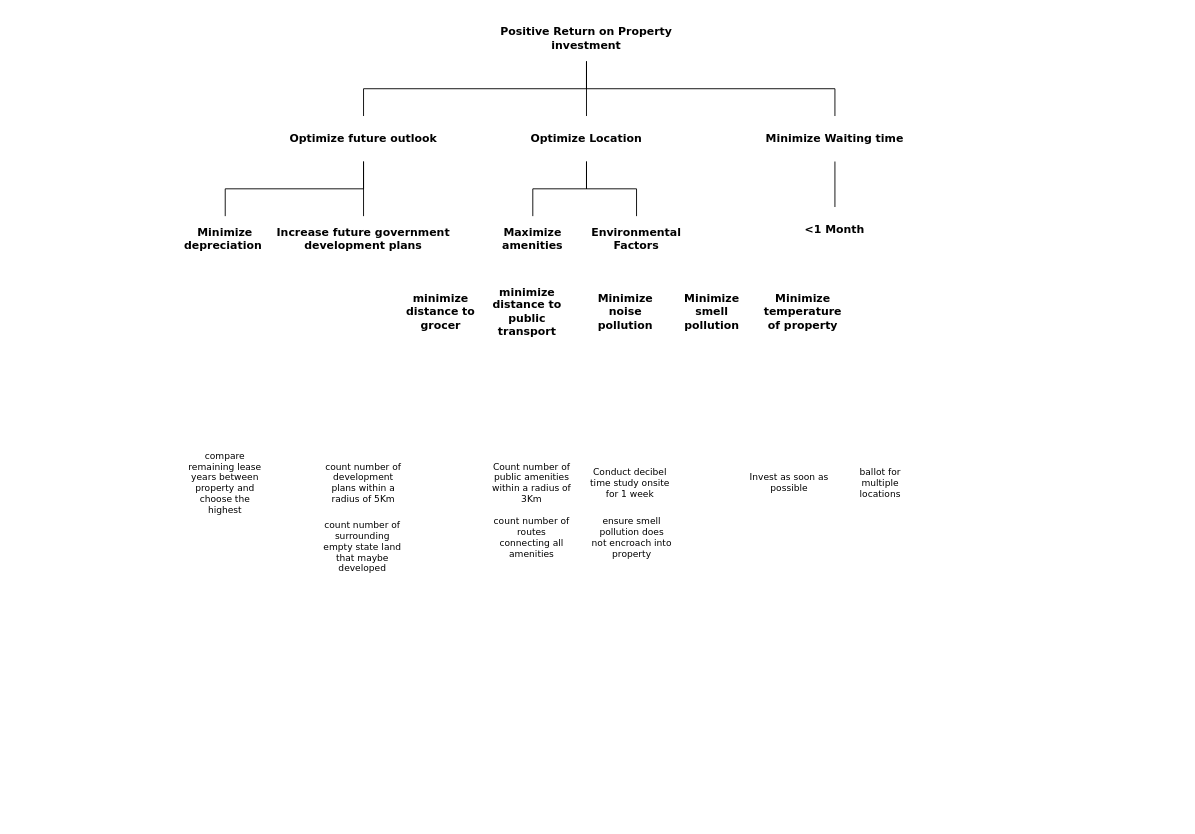
The draw.io diagram Untitled Diagram.drawio in necroboi/RISK-AND-DECISION-HDB, before the edit. Source tidied: cells renumbered, new cells numbered last; positions are measured from the earlier drawing's top-left corner, leaving out a move shared by most shapes. Both pictures are drawn from the tidied source at 91%, with x=0, y=0 at pixel (168, 15).
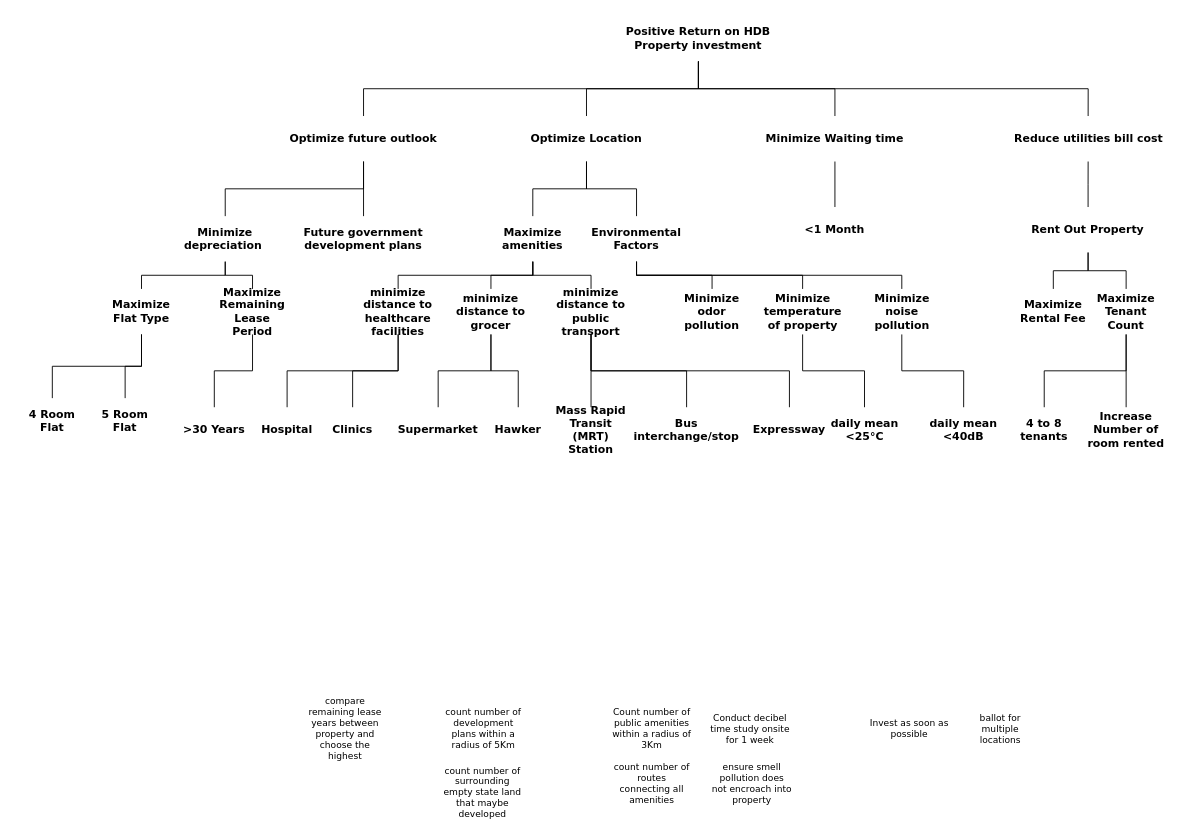
The same diagram, later.

The change refers to these unchanged cells:
```xml
<mxCell id="10" value="Maximize amenities" style="whiteSpace=wrap;html=1;rounded=0;shadow=0;comic=0;strokeWidth=2;fontFamily=Verdana;align=center;fontSize=12;fontStyle=1;strokeColor=none;" parent="1" vertex="1">
  <mxGeometry x="348" y="220" width="104" height="50" as="geometry" />
</mxCell>
<mxCell id="11" value="Environmental Factors" style="whiteSpace=wrap;html=1;rounded=0;shadow=0;comic=0;strokeWidth=2;fontFamily=Verdana;align=center;fontSize=12;fontStyle=1;strokeColor=none;" parent="1" vertex="1">
  <mxGeometry x="474" y="220" width="80" height="50" as="geometry" />
</mxCell>
<mxCell id="17" value="Minimize depreciation&amp;nbsp;" style="whiteSpace=wrap;html=1;rounded=0;shadow=0;comic=0;strokeWidth=2;fontFamily=Verdana;align=center;fontSize=12;fontStyle=1;strokeColor=none;" parent="1" vertex="1">
  <mxGeometry x="10" y="220" width="104" height="50" as="geometry" />
</mxCell>
<mxCell id="35" value="Minimize temperature of property" style="whiteSpace=wrap;html=1;rounded=0;shadow=0;comic=0;strokeWidth=2;fontFamily=Verdana;align=center;fontSize=12;fontStyle=1;strokeColor=none;" parent="1" vertex="1">
  <mxGeometry x="656.5" y="300" width="80" height="50" as="geometry" />
</mxCell>
```

The edit, as a diff of the source:
```diff
@@
     <mxCell id="2" style="whiteSpace=wrap;html=1;rounded=0;shadow=0;comic=0;strokeWidth=2;fontFamily=Verdana;align=center;fontSize=10;strokeColor=none;" parent="1" vertex="1">
-      <mxGeometry x="338" y="470" width="124" height="130" as="geometry" />
+      <mxGeometry x="470" y="740" width="124" height="130" as="geometry" />
     </mxCell>
     <mxCell id="3" value="Count number of public amenities within a radius of 3Km" style="text;html=1;strokeColor=none;fillColor=none;align=center;verticalAlign=middle;whiteSpace=wrap;rounded=1;shadow=0;comic=0;fontFamily=Verdana;fontSize=10;" parent="1" vertex="1">
-      <mxGeometry x="354" y="500" width="90" height="25" as="geometry" />
+      <mxGeometry x="486" y="770" width="90" height="25" as="geometry" />
     </mxCell>
     <mxCell id="4" value="count number of routes connecting all amenities" style="text;html=1;strokeColor=none;fillColor=none;align=center;verticalAlign=middle;whiteSpace=wrap;rounded=1;shadow=0;comic=0;fontFamily=Verdana;fontSize=10;" parent="1" vertex="1">
-      <mxGeometry x="354" y="560" width="90" height="25" as="geometry" />
+      <mxGeometry x="486" y="830" width="90" height="25" as="geometry" />
     </mxCell>
@@
-    <mxCell id="6" value="Increase future government development plans" style="whiteSpace=wrap;html=1;rounded=0;shadow=0;comic=0;strokeWidth=2;fontFamily=Verdana;align=center;fontSize=12;fontStyle=1;strokeColor=none;" parent="1" vertex="1">
+    <mxCell id="6" value="Future government development plans" style="whiteSpace=wrap;html=1;rounded=0;shadow=0;comic=0;strokeWidth=2;fontFamily=Verdana;align=center;fontSize=12;fontStyle=1;strokeColor=none;" parent="1" vertex="1">
       <mxGeometry x="114" y="220" width="200" height="50" as="geometry" />
     </mxCell>
@@
-    <mxCell id="8" value="Positive Return on Property investment" style="whiteSpace=wrap;html=1;rounded=0;shadow=0;comic=0;strokeWidth=2;fontFamily=Verdana;align=center;fontSize=12;fontStyle=1;strokeColor=none;" parent="1" vertex="1">
-      <mxGeometry x="359" width="200" height="50" as="geometry" />
+    <mxCell id="8" value="Positive Return on HDB Property investment" style="whiteSpace=wrap;html=1;rounded=0;shadow=0;comic=0;strokeWidth=2;fontFamily=Verdana;align=center;fontSize=12;fontStyle=1;strokeColor=none;" parent="1" vertex="1">
+      <mxGeometry x="482" width="200" height="50" as="geometry" />
     </mxCell>
@@
     <mxCell id="12" style="whiteSpace=wrap;html=1;rounded=0;shadow=0;comic=0;strokeWidth=2;fontFamily=Verdana;align=center;fontSize=10;strokeColor=none;" parent="1" vertex="1">
-      <mxGeometry x="620.5" y="470" width="223" height="80" as="geometry" />
+      <mxGeometry x="752.5" y="740" width="223" height="80" as="geometry" />
     </mxCell>
     <mxCell id="13" value="Invest as soon as possible" style="text;html=1;strokeColor=none;fillColor=none;align=center;verticalAlign=middle;whiteSpace=wrap;rounded=1;shadow=0;comic=0;fontFamily=Verdana;fontSize=10;" parent="1" vertex="1">
-      <mxGeometry x="636.5" y="500" width="90" height="25" as="geometry" />
+      <mxGeometry x="768.5" y="770" width="90" height="25" as="geometry" />
     </mxCell>
     <mxCell id="14" value="ballot for multiple locations" style="text;html=1;strokeColor=none;fillColor=none;align=center;verticalAlign=middle;whiteSpace=wrap;rounded=1;shadow=0;comic=0;fontFamily=Verdana;fontSize=10;" parent="1" vertex="1">
-      <mxGeometry x="736.5" y="500" width="90" height="25" as="geometry" />
+      <mxGeometry x="868.5" y="770" width="90" height="25" as="geometry" />
     </mxCell>
     <mxCell id="15" style="whiteSpace=wrap;html=1;rounded=0;shadow=0;comic=0;strokeWidth=2;fontFamily=Verdana;align=center;fontSize=10;strokeColor=none;" parent="1" vertex="1">
-      <mxGeometry x="452" y="470" width="124" height="130" as="geometry" />
+      <mxGeometry x="584" y="740" width="124" height="130" as="geometry" />
     </mxCell>
     <mxCell id="16" value="Conduct decibel time study onsite for 1 week" style="text;html=1;strokeColor=none;fillColor=none;align=center;verticalAlign=middle;whiteSpace=wrap;rounded=1;shadow=0;comic=0;fontFamily=Verdana;fontSize=10;" parent="1" vertex="1">
-      <mxGeometry x="462" y="500" width="90" height="25" as="geometry" />
+      <mxGeometry x="594" y="770" width="90" height="25" as="geometry" />
     </mxCell>
@@
     <mxCell id="18" style="whiteSpace=wrap;html=1;rounded=0;shadow=0;comic=0;strokeWidth=2;fontFamily=Verdana;align=center;fontSize=10;strokeColor=none;" parent="1" vertex="1">
-      <mxGeometry y="470" width="124" height="80" as="geometry" />
+      <mxGeometry x="132" y="740" width="124" height="80" as="geometry" />
     </mxCell>
     <mxCell id="19" value="compare remaining lease years between property and choose the highest" style="text;html=1;strokeColor=none;fillColor=none;align=center;verticalAlign=middle;whiteSpace=wrap;rounded=1;shadow=0;comic=0;fontFamily=Verdana;fontSize=10;" parent="1" vertex="1">
-      <mxGeometry x="17" y="500" width="90" height="25" as="geometry" />
+      <mxGeometry x="149" y="770" width="90" height="25" as="geometry" />
     </mxCell>
     <mxCell id="20" style="whiteSpace=wrap;html=1;rounded=0;shadow=0;comic=0;strokeWidth=2;fontFamily=Verdana;align=center;fontSize=10;strokeColor=none;" parent="1" vertex="1">
-      <mxGeometry x="152" y="470" width="124" height="130" as="geometry" />
+      <mxGeometry x="284" y="740" width="124" height="130" as="geometry" />
     </mxCell>
     <mxCell id="21" value="count number of development plans within a radius of 5Km" style="text;html=1;strokeColor=none;fillColor=none;align=center;verticalAlign=middle;whiteSpace=wrap;rounded=1;shadow=0;comic=0;fontFamily=Verdana;fontSize=10;" parent="1" vertex="1">
-      <mxGeometry x="169" y="500" width="90" height="25" as="geometry" />
+      <mxGeometry x="301" y="770" width="90" height="25" as="geometry" />
     </mxCell>
     <mxCell id="22" value="count number of surrounding empty state land that maybe developed" style="text;html=1;strokeColor=none;fillColor=none;align=center;verticalAlign=middle;whiteSpace=wrap;rounded=1;shadow=0;comic=0;fontFamily=Verdana;fontSize=10;" parent="1" vertex="1">
-      <mxGeometry x="168" y="570" width="90" height="25" as="geometry" />
+      <mxGeometry x="300" y="840" width="90" height="25" as="geometry" />
     </mxCell>
     <mxCell id="23" value="ensure smell pollution does not encroach into property" style="text;html=1;strokeColor=none;fillColor=none;align=center;verticalAlign=middle;whiteSpace=wrap;rounded=1;shadow=0;comic=0;fontFamily=Verdana;fontSize=10;" parent="1" vertex="1">
-      <mxGeometry x="464" y="560" width="90" height="25" as="geometry" />
+      <mxGeometry x="596" y="830" width="90" height="25" as="geometry" />
     </mxCell>
@@
     <mxCell id="33" value="Minimize noise pollution" style="whiteSpace=wrap;html=1;rounded=0;shadow=0;comic=0;strokeWidth=2;fontFamily=Verdana;align=center;fontSize=12;fontStyle=1;strokeColor=none;" parent="1" vertex="1">
-      <mxGeometry x="462" y="300" width="80" height="50" as="geometry" />
+      <mxGeometry x="765.5" y="300" width="80" height="50" as="geometry" />
     </mxCell>
-    <mxCell id="34" value="Minimize smell pollution" style="whiteSpace=wrap;html=1;rounded=0;shadow=0;comic=0;strokeWidth=2;fontFamily=Verdana;align=center;fontSize=12;fontStyle=1;strokeColor=none;" parent="1" vertex="1">
+    <mxCell id="34" value="Minimize odor pollution" style="whiteSpace=wrap;html=1;rounded=0;shadow=0;comic=0;strokeWidth=2;fontFamily=Verdana;align=center;fontSize=12;fontStyle=1;strokeColor=none;" parent="1" vertex="1">
       <mxGeometry x="557" y="300" width="80" height="50" as="geometry" />
     </mxCell>
@@
     <mxCell id="36" value="minimize distance to public transport" style="whiteSpace=wrap;html=1;rounded=0;shadow=0;comic=0;strokeWidth=2;fontFamily=Verdana;align=center;fontSize=12;fontStyle=1;strokeColor=none;" parent="1" vertex="1">
-      <mxGeometry x="354" y="300" width="80" height="50" as="geometry" />
+      <mxGeometry x="424" y="300" width="80" height="50" as="geometry" />
     </mxCell>
     <mxCell id="37" value="minimize distance to grocer" style="whiteSpace=wrap;html=1;rounded=0;shadow=0;comic=0;strokeWidth=2;fontFamily=Verdana;align=center;fontSize=12;fontStyle=1;strokeColor=none;" parent="1" vertex="1">
-      <mxGeometry x="259" y="300" width="80" height="50" as="geometry" />
+      <mxGeometry x="314" y="300" width="80" height="50" as="geometry" />
     </mxCell>
+    <mxCell id="38" value="Mass Rapid Transit (MRT) Station" style="whiteSpace=wrap;html=1;rounded=0;shadow=0;comic=0;strokeWidth=2;fontFamily=Verdana;align=center;fontSize=12;fontStyle=1;strokeColor=none;" parent="1" vertex="1">
+      <mxGeometry x="424" y="430" width="80" height="50" as="geometry" />
+    </mxCell>
+    <mxCell id="39" value="Bus interchange/stop" style="whiteSpace=wrap;html=1;rounded=0;shadow=0;comic=0;strokeWidth=2;fontFamily=Verdana;align=center;fontSize=12;fontStyle=1;strokeColor=none;" parent="1" vertex="1">
+      <mxGeometry x="529" y="430" width="80" height="50" as="geometry" />
+    </mxCell>
+    <mxCell id="40" value="Expressway" style="whiteSpace=wrap;html=1;rounded=0;shadow=0;comic=0;strokeWidth=2;fontFamily=Verdana;align=center;fontSize=12;fontStyle=1;strokeColor=none;" parent="1" vertex="1">
+      <mxGeometry x="642" y="430" width="80" height="50" as="geometry" />
+    </mxCell>
+    <mxCell id="41" style="endArrow=none;html=1;rounded=0;exitX=0.5;exitY=0;exitDx=0;exitDy=0;entryX=0.5;entryY=1;entryDx=0;entryDy=0;edgeStyle=orthogonalEdgeStyle;" parent="1" edge="1" source="33" target="11">
+      <mxGeometry relative="1" as="geometry" />
+    </mxCell>
+    <mxCell id="42" style="endArrow=none;html=1;rounded=0;exitX=0.5;exitY=1;exitDx=0;exitDy=0;entryX=0.5;entryY=0;entryDx=0;entryDy=0;edgeStyle=orthogonalEdgeStyle;" parent="1" edge="1" source="11" target="34">
+      <mxGeometry relative="1" as="geometry" />
+    </mxCell>
+    <mxCell id="43" style="endArrow=none;html=1;rounded=0;exitX=0.5;exitY=1;exitDx=0;exitDy=0;entryX=0.5;entryY=0;entryDx=0;entryDy=0;edgeStyle=orthogonalEdgeStyle;" parent="1" edge="1" source="11" target="35">
+      <mxGeometry relative="1" as="geometry" />
+    </mxCell>
+    <mxCell id="44" value="daily mean&lt;div&gt;&amp;lt;25°C&lt;/div&gt;" style="whiteSpace=wrap;html=1;rounded=0;shadow=0;comic=0;strokeWidth=2;fontFamily=Verdana;align=center;fontSize=12;fontStyle=1;strokeColor=none;" parent="1" vertex="1">
+      <mxGeometry x="724.5" y="430" width="80" height="50" as="geometry" />
+    </mxCell>
+    <mxCell id="45" style="endArrow=none;html=1;rounded=0;exitX=0.5;exitY=1;exitDx=0;exitDy=0;entryX=0.5;entryY=0;entryDx=0;entryDy=0;edgeStyle=orthogonalEdgeStyle;" parent="1" edge="1" source="35" target="44">
+      <mxGeometry relative="1" as="geometry" />
+    </mxCell>
+    <mxCell id="46" style="endArrow=none;html=1;rounded=0;exitX=0.5;exitY=0;exitDx=0;exitDy=0;entryX=0.5;entryY=1;entryDx=0;entryDy=0;edgeStyle=orthogonalEdgeStyle;" parent="1" edge="1" source="38" target="36">
+      <mxGeometry relative="1" as="geometry" />
+    </mxCell>
+    <mxCell id="47" style="endArrow=none;html=1;rounded=0;exitX=0.5;exitY=1;exitDx=0;exitDy=0;entryX=0.5;entryY=0;entryDx=0;entryDy=0;edgeStyle=orthogonalEdgeStyle;" parent="1" edge="1" source="36" target="39">
+      <mxGeometry relative="1" as="geometry" />
+    </mxCell>
+    <mxCell id="48" style="endArrow=none;html=1;rounded=0;exitX=0.5;exitY=1;exitDx=0;exitDy=0;entryX=0.5;entryY=0;entryDx=0;entryDy=0;edgeStyle=orthogonalEdgeStyle;" parent="1" edge="1" source="36" target="40">
+      <mxGeometry relative="1" as="geometry" />
+    </mxCell>
+    <mxCell id="49" value="&lt;div&gt;daily mean&lt;/div&gt;&amp;lt;40dB" style="whiteSpace=wrap;html=1;rounded=0;shadow=0;comic=0;strokeWidth=2;fontFamily=Verdana;align=center;fontSize=12;fontStyle=1;strokeColor=none;" parent="1" vertex="1">
+      <mxGeometry x="830.2" y="430" width="86.5" height="50" as="geometry" />
+    </mxCell>
+    <mxCell id="50" style="endArrow=none;html=1;rounded=0;exitX=0.5;exitY=1;exitDx=0;exitDy=0;entryX=0.5;entryY=0;entryDx=0;entryDy=0;edgeStyle=orthogonalEdgeStyle;" parent="1" edge="1" source="33" target="49">
+      <mxGeometry relative="1" as="geometry" />
+    </mxCell>
+    <mxCell id="51" style="endArrow=none;html=1;rounded=0;exitX=0.5;exitY=1;exitDx=0;exitDy=0;entryX=0.5;entryY=0;entryDx=0;entryDy=0;edgeStyle=orthogonalEdgeStyle;" parent="1" edge="1" source="10" target="36">
+      <mxGeometry relative="1" as="geometry" />
+    </mxCell>
+    <mxCell id="52" style="endArrow=none;html=1;rounded=0;exitX=0.5;exitY=1;exitDx=0;exitDy=0;edgeStyle=orthogonalEdgeStyle;" parent="1" edge="1" source="10" target="37">
+      <mxGeometry relative="1" as="geometry" />
+    </mxCell>
+    <mxCell id="53" value="Supermarket" style="whiteSpace=wrap;html=1;rounded=0;shadow=0;comic=0;strokeWidth=2;fontFamily=Verdana;align=center;fontSize=12;fontStyle=1;strokeColor=none;" parent="1" vertex="1">
+      <mxGeometry x="256" y="430" width="80" height="50" as="geometry" />
+    </mxCell>
+    <mxCell id="54" value="Hawker" style="whiteSpace=wrap;html=1;rounded=0;shadow=0;comic=0;strokeWidth=2;fontFamily=Verdana;align=center;fontSize=12;fontStyle=1;strokeColor=none;" parent="1" vertex="1">
+      <mxGeometry x="344" y="430" width="80" height="50" as="geometry" />
+    </mxCell>
+    <mxCell id="55" style="endArrow=none;html=1;rounded=0;exitX=0.5;exitY=0;exitDx=0;exitDy=0;entryX=0.5;entryY=1;entryDx=0;entryDy=0;edgeStyle=orthogonalEdgeStyle;" parent="1" edge="1" source="53" target="37">
+      <mxGeometry relative="1" as="geometry" />
+    </mxCell>
+    <mxCell id="56" style="endArrow=none;html=1;rounded=0;exitX=0.5;exitY=0;exitDx=0;exitDy=0;entryX=0.5;entryY=1;entryDx=0;entryDy=0;edgeStyle=orthogonalEdgeStyle;" parent="1" edge="1" source="54" target="37">
+      <mxGeometry relative="1" as="geometry" />
+    </mxCell>
+    <mxCell id="57" value="minimize distance to healthcare facilities" style="whiteSpace=wrap;html=1;rounded=0;shadow=0;comic=0;strokeWidth=2;fontFamily=Verdana;align=center;fontSize=12;fontStyle=1;strokeColor=none;" parent="1" vertex="1">
+      <mxGeometry x="212" y="300" width="80" height="50" as="geometry" />
+    </mxCell>
+    <mxCell id="58" style="endArrow=none;html=1;rounded=0;exitX=0.5;exitY=1;exitDx=0;exitDy=0;edgeStyle=orthogonalEdgeStyle;entryX=0.5;entryY=0;entryDx=0;entryDy=0;" parent="1" edge="1" source="10" target="57">
+      <mxGeometry relative="1" as="geometry" />
+    </mxCell>
+    <mxCell id="59" value="Clinics" style="whiteSpace=wrap;html=1;rounded=0;shadow=0;comic=0;strokeWidth=2;fontFamily=Verdana;align=center;fontSize=12;fontStyle=1;strokeColor=none;" parent="1" vertex="1">
+      <mxGeometry x="162" y="430" width="80" height="50" as="geometry" />
+    </mxCell>
+    <mxCell id="60" value="Hospital" style="whiteSpace=wrap;html=1;rounded=0;shadow=0;comic=0;strokeWidth=2;fontFamily=Verdana;align=center;fontSize=12;fontStyle=1;strokeColor=none;" parent="1" vertex="1">
+      <mxGeometry x="90" y="430" width="80" height="50" as="geometry" />
+    </mxCell>
+    <mxCell id="61" style="endArrow=none;html=1;rounded=0;exitX=0.5;exitY=0;exitDx=0;exitDy=0;entryX=0.5;entryY=1;entryDx=0;entryDy=0;edgeStyle=orthogonalEdgeStyle;" parent="1" edge="1" source="59" target="57">
+      <mxGeometry relative="1" as="geometry" />
+    </mxCell>
+    <mxCell id="62" style="endArrow=none;html=1;rounded=0;exitX=0.5;exitY=0;exitDx=0;exitDy=0;entryX=0.5;entryY=1;entryDx=0;entryDy=0;edgeStyle=orthogonalEdgeStyle;" parent="1" edge="1" source="60" target="57">
+      <mxGeometry relative="1" as="geometry" />
+    </mxCell>
+    <mxCell id="63" value="Rent Out Property" style="whiteSpace=wrap;html=1;rounded=0;shadow=0;comic=0;strokeWidth=2;fontFamily=Verdana;align=center;fontSize=12;fontStyle=1;strokeColor=none;" parent="1" vertex="1">
+      <mxGeometry x="910.2" y="210" width="200" height="50" as="geometry" />
+    </mxCell>
+    <mxCell id="64" value="&lt;div&gt;&lt;span style=&quot;background-color: transparent; color: light-dark(rgb(0, 0, 0), rgb(255, 255, 255));&quot;&gt;Maximize Rental Fee&lt;/span&gt;&lt;/div&gt;" style="whiteSpace=wrap;html=1;rounded=0;shadow=0;comic=0;strokeWidth=2;fontFamily=Verdana;align=center;fontSize=12;fontStyle=1;strokeColor=none;" parent="1" vertex="1">
+      <mxGeometry x="932" y="300" width="80" height="50" as="geometry" />
+    </mxCell>
+    <mxCell id="65" value="Increase Number of room rented" style="whiteSpace=wrap;html=1;rounded=0;shadow=0;comic=0;strokeWidth=2;fontFamily=Verdana;align=center;fontSize=12;fontStyle=1;strokeColor=none;" parent="1" vertex="1">
+      <mxGeometry x="1002" y="430" width="100" height="50" as="geometry" />
+    </mxCell>
+    <mxCell id="66" value="&lt;div&gt;&lt;span style=&quot;background-color: transparent; color: light-dark(rgb(0, 0, 0), rgb(255, 255, 255));&quot;&gt;Maximize Tenant Count&lt;/span&gt;&lt;/div&gt;" style="whiteSpace=wrap;html=1;rounded=0;shadow=0;comic=0;strokeWidth=2;fontFamily=Verdana;align=center;fontSize=12;fontStyle=1;strokeColor=none;" parent="1" vertex="1">
+      <mxGeometry x="1012" y="300" width="80" height="50" as="geometry" />
+    </mxCell>
+    <mxCell id="67" value="&lt;div&gt;&lt;span style=&quot;background-color: transparent; color: light-dark(rgb(0, 0, 0), rgb(255, 255, 255));&quot;&gt;Reduce utilities bill cost&lt;/span&gt;&lt;/div&gt;" style="whiteSpace=wrap;html=1;rounded=0;shadow=0;comic=0;strokeWidth=2;fontFamily=Verdana;align=center;fontSize=12;fontStyle=1;strokeColor=none;" parent="1" vertex="1">
+      <mxGeometry x="918.5" y="110" width="183.5" height="50" as="geometry" />
+    </mxCell>
+    <mxCell id="68" value="&lt;div&gt;&lt;span style=&quot;background-color: transparent; color: light-dark(rgb(0, 0, 0), rgb(255, 255, 255));&quot;&gt;4 to 8 tenants&lt;/span&gt;&lt;/div&gt;" style="whiteSpace=wrap;html=1;rounded=0;shadow=0;comic=0;strokeWidth=2;fontFamily=Verdana;align=center;fontSize=12;fontStyle=1;strokeColor=none;" parent="1" vertex="1">
+      <mxGeometry x="922" y="430" width="80" height="50" as="geometry" />
+    </mxCell>
+    <mxCell id="69" style="endArrow=none;html=1;rounded=0;edgeStyle=orthogonalEdgeStyle;entryX=0.5;entryY=1;entryDx=0;entryDy=0;exitX=0.5;exitY=0;exitDx=0;exitDy=0;" parent="1" edge="1" source="68" target="66">
+      <mxGeometry relative="1" as="geometry" />
+    </mxCell>
+    <mxCell id="70" style="endArrow=none;html=1;rounded=0;edgeStyle=orthogonalEdgeStyle;exitX=0.5;exitY=0;exitDx=0;exitDy=0;entryX=0.5;entryY=1;entryDx=0;entryDy=0;" parent="1" edge="1" source="65" target="66">
+      <mxGeometry relative="1" as="geometry" />
+    </mxCell>
+    <mxCell id="71" value="Maximize Flat Type" style="whiteSpace=wrap;html=1;rounded=0;shadow=0;comic=0;strokeWidth=2;fontFamily=Verdana;align=center;fontSize=12;fontStyle=1;strokeColor=none;" parent="1" vertex="1">
+      <mxGeometry x="-70" y="300" width="80" height="50" as="geometry" />
+    </mxCell>
+    <mxCell id="72" style="endArrow=none;html=1;rounded=0;exitX=0.5;exitY=0;exitDx=0;exitDy=0;entryX=0.5;entryY=1;entryDx=0;entryDy=0;edgeStyle=orthogonalEdgeStyle;" parent="1" edge="1" source="71" target="17">
+      <mxGeometry relative="1" as="geometry" />
+    </mxCell>
+    <mxCell id="73" value="Maximize Remaining Lease Period" style="whiteSpace=wrap;html=1;rounded=0;shadow=0;comic=0;strokeWidth=2;fontFamily=Verdana;align=center;fontSize=12;fontStyle=1;strokeColor=none;" parent="1" vertex="1">
+      <mxGeometry x="52" y="300" width="80" height="50" as="geometry" />
+    </mxCell>
+    <mxCell id="74" style="endArrow=none;html=1;rounded=0;exitX=0.5;exitY=0;exitDx=0;exitDy=0;entryX=0.5;entryY=1;entryDx=0;entryDy=0;edgeStyle=orthogonalEdgeStyle;" parent="1" edge="1" source="73" target="17">
+      <mxGeometry relative="1" as="geometry" />
+    </mxCell>
+    <mxCell id="75" value="&amp;gt;30 Years" style="whiteSpace=wrap;html=1;rounded=0;shadow=0;comic=0;strokeWidth=2;fontFamily=Verdana;align=center;fontSize=12;fontStyle=1;strokeColor=none;" parent="1" vertex="1">
+      <mxGeometry x="10" y="430" width="80" height="50" as="geometry" />
+    </mxCell>
+    <mxCell id="76" value="5 Room Flat" style="whiteSpace=wrap;html=1;rounded=0;shadow=0;comic=0;strokeWidth=2;fontFamily=Verdana;align=center;fontSize=12;fontStyle=1;strokeColor=none;" parent="1" vertex="1">
+      <mxGeometry x="-88" y="420" width="80" height="50" as="geometry" />
+    </mxCell>
+    <mxCell id="77" style="endArrow=none;html=1;rounded=0;exitX=0.5;exitY=0;exitDx=0;exitDy=0;entryX=0.5;entryY=1;entryDx=0;entryDy=0;edgeStyle=orthogonalEdgeStyle;" parent="1" edge="1" source="75" target="73">
+      <mxGeometry relative="1" as="geometry" />
+    </mxCell>
+    <mxCell id="78" style="endArrow=none;html=1;rounded=0;exitX=0.5;exitY=0;exitDx=0;exitDy=0;entryX=0.5;entryY=1;entryDx=0;entryDy=0;edgeStyle=orthogonalEdgeStyle;" parent="1" edge="1" source="76" target="71">
+      <mxGeometry relative="1" as="geometry" />
+    </mxCell>
+    <mxCell id="79" value="4 Room Flat" style="whiteSpace=wrap;html=1;rounded=0;shadow=0;comic=0;strokeWidth=2;fontFamily=Verdana;align=center;fontSize=12;fontStyle=1;strokeColor=none;" parent="1" vertex="1">
+      <mxGeometry x="-168" y="420" width="80" height="50" as="geometry" />
+    </mxCell>
+    <mxCell id="80" style="endArrow=none;html=1;rounded=0;exitX=0.5;exitY=0;exitDx=0;exitDy=0;entryX=0.5;entryY=1;entryDx=0;entryDy=0;edgeStyle=orthogonalEdgeStyle;" parent="1" edge="1" source="79" target="71">
+      <mxGeometry relative="1" as="geometry" />
+    </mxCell>
+    <mxCell id="81" style="endArrow=none;html=1;rounded=0;exitX=0.5;exitY=0;exitDx=0;exitDy=0;entryX=0.5;entryY=1;entryDx=0;entryDy=0;edgeStyle=orthogonalEdgeStyle;" parent="1" edge="1" source="67" target="8">
+      <mxGeometry relative="1" as="geometry" />
+    </mxCell>
+    <mxCell id="82" style="endArrow=none;html=1;rounded=0;exitX=0.5;exitY=0;exitDx=0;exitDy=0;entryX=0.5;entryY=1;entryDx=0;entryDy=0;edgeStyle=orthogonalEdgeStyle;" parent="1" edge="1" source="63" target="67">
+      <mxGeometry relative="1" as="geometry" />
+    </mxCell>
+    <mxCell id="83" style="endArrow=none;html=1;rounded=0;edgeStyle=orthogonalEdgeStyle;entryX=0.5;entryY=1;entryDx=0;entryDy=0;exitX=0.5;exitY=0;exitDx=0;exitDy=0;" parent="1" edge="1" source="64" target="63">
+      <mxGeometry relative="1" as="geometry" />
+    </mxCell>
+    <mxCell id="84" style="endArrow=none;html=1;rounded=0;edgeStyle=orthogonalEdgeStyle;entryX=0.5;entryY=1;entryDx=0;entryDy=0;exitX=0.5;exitY=0;exitDx=0;exitDy=0;" parent="1" edge="1" source="66" target="63">
+      <mxGeometry relative="1" as="geometry" />
+    </mxCell>
```
